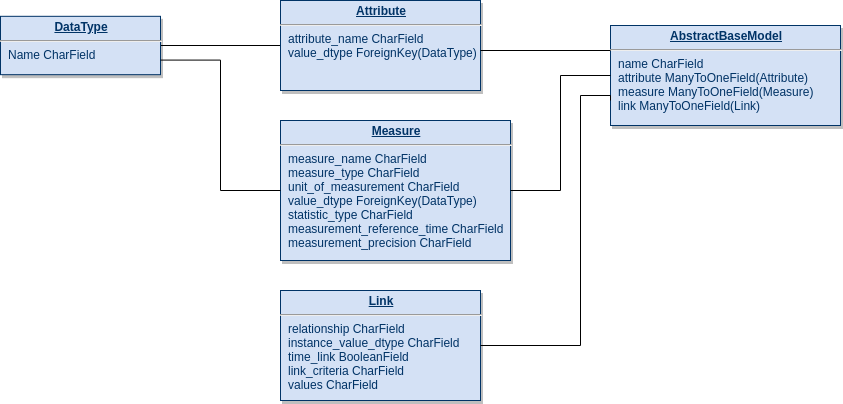
Above: db tables2.png in WeakLemonDrink/nrrt_project (draw.io), before the change. Source tidied: cells renumbered, new cells last; positions are measured from the earlier drawing's top-left corner, leaving out a move shared by most shapes.
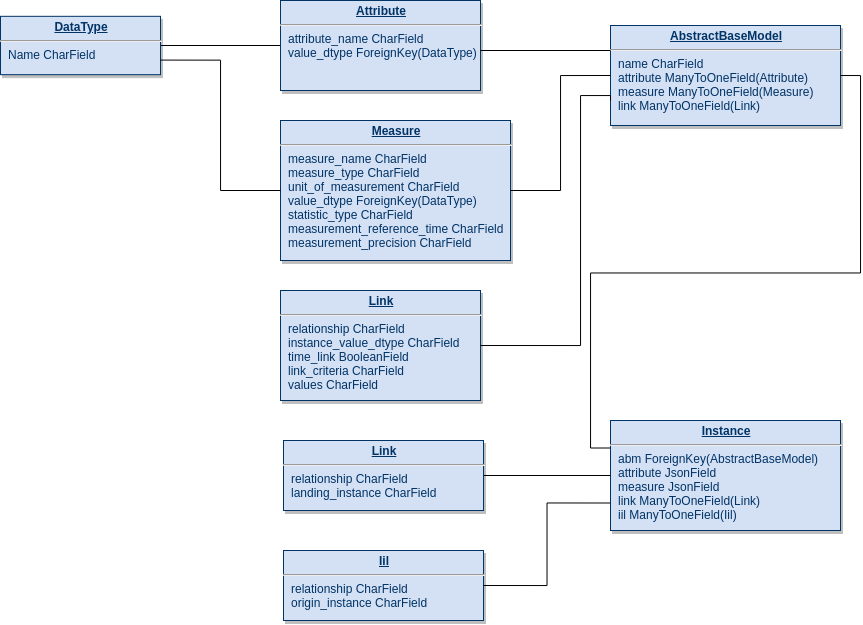
The same diagram one commit later.

Diff of the diagram source:
```diff
@@ -39,5 +39,23 @@
         </Array>
       </mxGeometry>
     </mxCell>
+    <mxCell id="12" value="&lt;p style=&quot;margin: 0px ; margin-top: 4px ; text-align: center ; text-decoration: underline&quot;&gt;&lt;b&gt;Instance&lt;/b&gt;&lt;/p&gt;&lt;hr&gt;&lt;p style=&quot;margin: 0px ; margin-left: 8px&quot;&gt;abm ForeignKey(AbstractBaseModel)&lt;/p&gt;&lt;p style=&quot;margin: 0px ; margin-left: 8px&quot;&gt;attribute JsonField&lt;/p&gt;&lt;p style=&quot;margin: 0px ; margin-left: 8px&quot;&gt;measure JsonField&lt;/p&gt;&lt;p style=&quot;margin: 0px ; margin-left: 8px&quot;&gt;link ManyToOneField(Link)&lt;/p&gt;&lt;p style=&quot;margin: 0px ; margin-left: 8px&quot;&gt;iil ManyToOneField(Iil)&lt;/p&gt;" style="verticalAlign=top;align=left;overflow=fill;fontSize=12;fontFamily=Helvetica;html=1;strokeColor=#003366;shadow=1;fillColor=#D4E1F5;fontColor=#003366;" parent="1" vertex="1">
+      <mxGeometry x="610" y="420" width="230" height="110" as="geometry" />
+    </mxCell>
+    <mxCell id="13" style="edgeStyle=orthogonalEdgeStyle;rounded=0;jettySize=auto;html=1;entryX=0;entryY=0.5;entryDx=0;entryDy=0;endArrow=none;endFill=0;exitX=1;exitY=0.5;exitDx=0;exitDy=0;" parent="1" edge="1" source="15" target="12">
+      <mxGeometry relative="1" as="geometry" />
+    </mxCell>
+    <mxCell id="14" style="edgeStyle=orthogonalEdgeStyle;rounded=0;jettySize=auto;html=1;entryX=0;entryY=0.25;entryDx=0;entryDy=0;endArrow=none;endFill=0;exitX=1;exitY=0.5;exitDx=0;exitDy=0;" parent="1" edge="1" source="8" target="12">
+      <mxGeometry relative="1" as="geometry" />
+    </mxCell>
+    <mxCell id="15" value="&lt;p style=&quot;margin: 0px ; margin-top: 4px ; text-align: center ; text-decoration: underline&quot;&gt;&lt;b&gt;Link&lt;/b&gt;&lt;/p&gt;&lt;hr&gt;&lt;p style=&quot;margin: 0px ; margin-left: 8px&quot;&gt;relationship CharField&lt;/p&gt;&lt;p style=&quot;margin: 0px ; margin-left: 8px&quot;&gt;landing_instance CharField&lt;/p&gt;&lt;p style=&quot;margin: 0px ; margin-left: 8px&quot;&gt;&lt;br&gt;&lt;/p&gt;" style="verticalAlign=top;align=left;overflow=fill;fontSize=12;fontFamily=Helvetica;html=1;strokeColor=#003366;shadow=1;fillColor=#D4E1F5;fontColor=#003366;" parent="1" vertex="1">
+      <mxGeometry x="283" y="440" width="200" height="70" as="geometry" />
+    </mxCell>
+    <mxCell id="16" value="&lt;p style=&quot;margin: 0px ; margin-top: 4px ; text-align: center ; text-decoration: underline&quot;&gt;&lt;b&gt;Iil&lt;/b&gt;&lt;/p&gt;&lt;hr&gt;&lt;p style=&quot;margin: 0px ; margin-left: 8px&quot;&gt;relationship CharField&lt;/p&gt;&lt;p style=&quot;margin: 0px ; margin-left: 8px&quot;&gt;origin_instance CharField&lt;/p&gt;&lt;p style=&quot;margin: 0px ; margin-left: 8px&quot;&gt;&lt;br&gt;&lt;/p&gt;" style="verticalAlign=top;align=left;overflow=fill;fontSize=12;fontFamily=Helvetica;html=1;strokeColor=#003366;shadow=1;fillColor=#D4E1F5;fontColor=#003366;" parent="1" vertex="1">
+      <mxGeometry x="283" y="550" width="200" height="70" as="geometry" />
+    </mxCell>
+    <mxCell id="17" style="edgeStyle=orthogonalEdgeStyle;rounded=0;jettySize=auto;html=1;entryX=0;entryY=0.75;entryDx=0;entryDy=0;endArrow=none;endFill=0;exitX=1;exitY=0.5;exitDx=0;exitDy=0;" parent="1" edge="1" source="16" target="12">
+      <mxGeometry relative="1" as="geometry" />
+    </mxCell>
   </root>
 </mxGraphModel>
```
